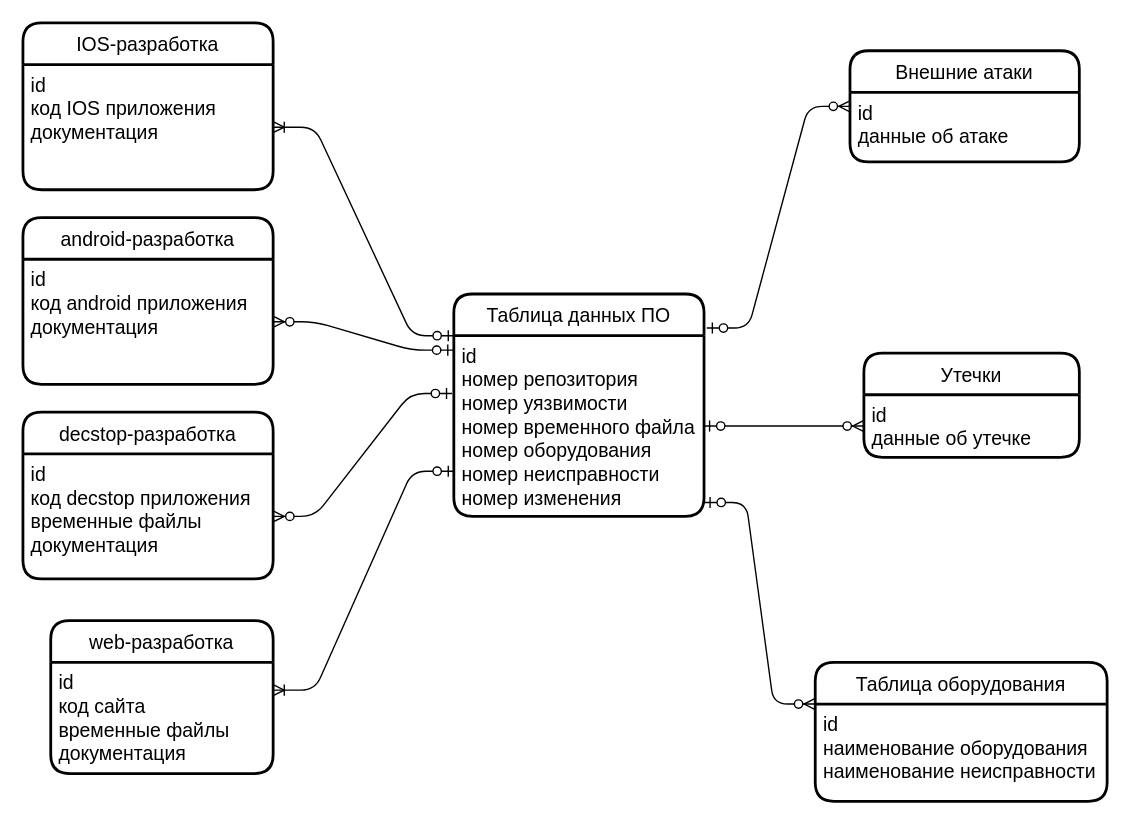
This is Untitled Diagram.drawio from Nikolui333/erd, a draw.io file, before an edit. Source tidied: cells renumbered, new cells numbered last; positions are measured from the earlier drawing's top-left corner, leaving out a move shared by most shapes. Both pictures are drawn from the tidied source at 139%, with x=0, y=0 at pixel (22, 22).
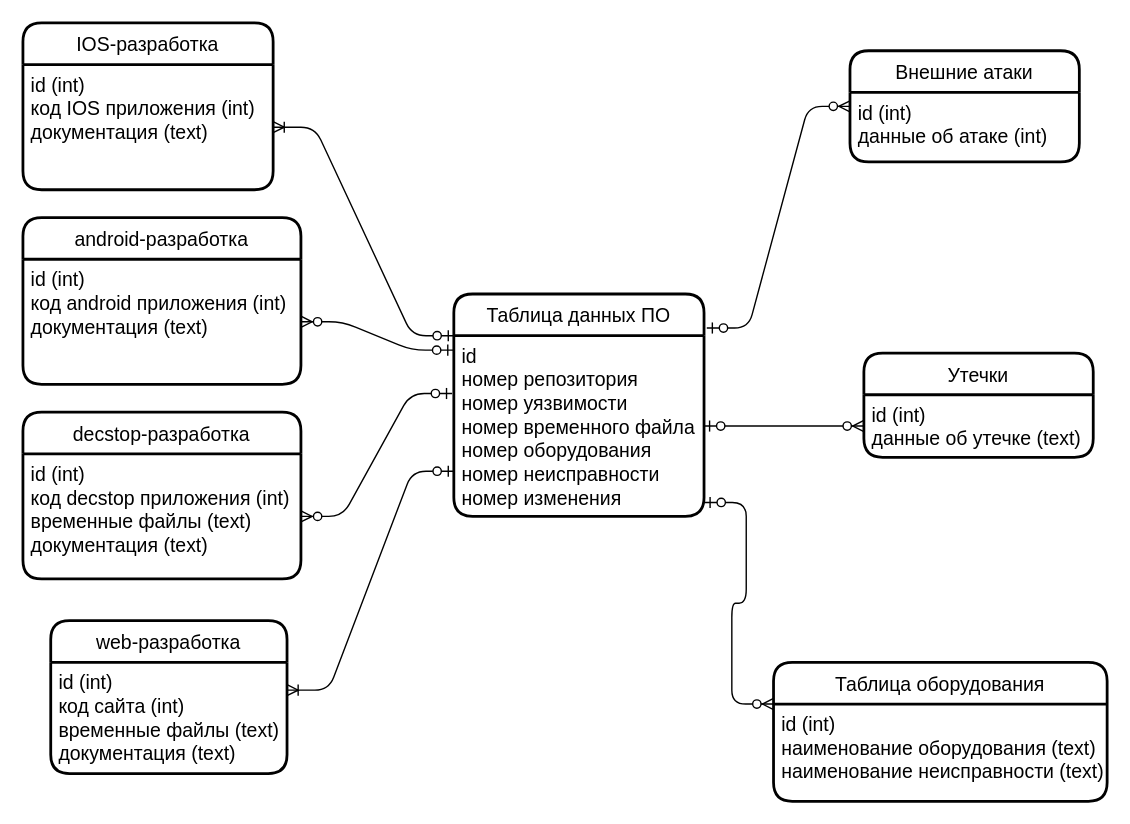
After the change.

Unchanged cells that the change refers to:
```xml
<mxCell id="4" value="Внешние атаки" style="swimlane;horizontal=1;startSize=30;rounded=1;fontSize=14;fontStyle=0;strokeWidth=2;shadow=0;dashed=0;align=center;" parent="1" vertex="1">
  <mxGeometry x="595" y="20" width="165" height="80" as="geometry" />
</mxCell>
<mxCell id="20" value="IOS-разработка" style="swimlane;horizontal=1;startSize=30;rounded=1;fontSize=14;fontStyle=0;strokeWidth=2;shadow=0;dashed=0;align=center;arcSize=15;" parent="1" vertex="1">
  <mxGeometry width="180" height="120" as="geometry" />
</mxCell>
```

Diff of the diagram source:
```diff
@@
-    <mxCell id="5" value="id&#10;данные об атаке&#10;" style="align=left;strokeColor=none;fillColor=none;spacingLeft=4;fontSize=14;verticalAlign=top;" parent="4" vertex="1">
+    <mxCell id="5" value="id (int)&#10;данные об атаке (int)&#10;" style="align=left;strokeColor=none;fillColor=none;spacingLeft=4;fontSize=14;verticalAlign=top;" parent="4" vertex="1">
       <mxGeometry y="30" width="165" height="50" as="geometry" />
     </mxCell>
     <mxCell id="6" value="Утечки" style="swimlane;horizontal=1;startSize=30;rounded=1;fontSize=14;fontStyle=0;strokeWidth=2;shadow=0;dashed=0;align=center;" parent="1" vertex="1">
-      <mxGeometry x="605" y="237.5" width="155" height="75" as="geometry" />
+      <mxGeometry x="605" y="237.5" width="165" height="75" as="geometry" />
     </mxCell>
-    <mxCell id="7" value="id&#10;данные об утечке" style="align=left;strokeColor=none;fillColor=none;spacingLeft=4;fontSize=14;verticalAlign=top;" parent="6" vertex="1">
-      <mxGeometry y="30" width="155" height="45" as="geometry" />
+    <mxCell id="7" value="id (int)&#10;данные об утечке (text)" style="align=left;strokeColor=none;fillColor=none;spacingLeft=4;fontSize=14;verticalAlign=top;" parent="6" vertex="1">
+      <mxGeometry y="30" width="165" height="45" as="geometry" />
     </mxCell>
     <mxCell id="8" value="web-разработка" style="swimlane;horizontal=1;startSize=30;rounded=1;fontSize=14;fontStyle=0;strokeWidth=2;shadow=0;dashed=0;align=center;" parent="1" vertex="1">
-      <mxGeometry x="20" y="430" width="160" height="110" as="geometry" />
+      <mxGeometry x="20" y="430" width="170" height="110" as="geometry" />
     </mxCell>
-    <mxCell id="9" value="id&#10;код сайта&#10;временные файлы&#10;документация" style="align=left;strokeColor=none;fillColor=none;spacingLeft=4;fontSize=14;verticalAlign=top;" parent="8" vertex="1">
-      <mxGeometry y="30" width="160" height="80" as="geometry" />
+    <mxCell id="9" value="id (int)&#10;код сайта (int)&#10;временные файлы (text)&#10;документация (text)" style="align=left;strokeColor=none;fillColor=none;spacingLeft=4;fontSize=14;verticalAlign=top;fontStyle=0;" parent="8" vertex="1">
+      <mxGeometry y="30" width="170" height="80" as="geometry" />
     </mxCell>
     <mxCell id="10" value="Таблица оборудования" style="swimlane;horizontal=1;startSize=30;rounded=1;fontSize=14;fontStyle=0;strokeWidth=2;shadow=0;dashed=0;align=center;" parent="1" vertex="1">
-      <mxGeometry x="570" y="460" width="210" height="100" as="geometry" />
+      <mxGeometry x="540" y="460" width="240" height="100" as="geometry" />
     </mxCell>
-    <mxCell id="11" value="id&#10;наименование оборудования&#10;наименование неисправности" style="align=left;strokeColor=none;fillColor=none;spacingLeft=4;fontSize=14;verticalAlign=top;" parent="10" vertex="1">
-      <mxGeometry y="30" width="210" height="70" as="geometry" />
+    <mxCell id="11" value="id (int)&#10;наименование оборудования (text)&#10;наименование неисправности (text)" style="align=left;strokeColor=none;fillColor=none;spacingLeft=4;fontSize=14;verticalAlign=top;" parent="10" vertex="1">
+      <mxGeometry y="30" width="240" height="70" as="geometry" />
     </mxCell>
@@
     <mxCell id="15" value="decstop-разработка" style="swimlane;horizontal=1;startSize=30;rounded=1;fontSize=14;fontStyle=0;strokeWidth=2;shadow=0;dashed=0;align=center;" parent="1" vertex="1">
-      <mxGeometry y="280" width="180" height="120" as="geometry" />
+      <mxGeometry y="280" width="200" height="120" as="geometry" />
     </mxCell>
-    <mxCell id="16" value="id&#10;код decstop приложения&#10;временные файлы&#10;документация" style="align=left;strokeColor=none;fillColor=none;spacingLeft=4;fontSize=14;verticalAlign=top;" parent="15" vertex="1">
-      <mxGeometry y="30" width="180" height="90" as="geometry" />
+    <mxCell id="16" value="id (int)&#10;код decstop приложения (int)&#10;временные файлы (text)&#10;документация (text)" style="align=left;strokeColor=none;fillColor=none;spacingLeft=4;fontSize=14;verticalAlign=top;fontStyle=0;" parent="15" vertex="1">
+      <mxGeometry y="30" width="200" height="90" as="geometry" />
     </mxCell>
@@
     <mxCell id="18" value="android-разработка" style="swimlane;horizontal=1;startSize=30;rounded=1;fontSize=14;fontStyle=0;strokeWidth=2;shadow=0;dashed=0;align=center;arcSize=15;" parent="1" vertex="1">
-      <mxGeometry y="140" width="180" height="120" as="geometry" />
+      <mxGeometry y="140" width="200" height="120" as="geometry" />
     </mxCell>
-    <mxCell id="19" value="id&#10;код android приложения&#10;документация" style="align=left;strokeColor=none;fillColor=none;spacingLeft=4;fontSize=14;verticalAlign=top;" parent="18" vertex="1">
-      <mxGeometry y="30" width="180" height="90" as="geometry" />
+    <mxCell id="19" value="id (int)&#10;код android приложения (int)&#10;документация (text)" style="align=left;strokeColor=none;fillColor=none;spacingLeft=4;fontSize=14;verticalAlign=top;fontStyle=0;" parent="18" vertex="1">
+      <mxGeometry y="30" width="200" height="90" as="geometry" />
     </mxCell>
@@
-    <mxCell id="21" value="id&#10;код IOS приложения&#10;документация" style="align=left;strokeColor=none;fillColor=none;spacingLeft=4;fontSize=14;verticalAlign=top;" parent="20" vertex="1">
+    <mxCell id="21" value="id (int)&#10;код IOS приложения (int)&#10;документация (text)" style="align=left;strokeColor=none;fillColor=none;spacingLeft=4;fontSize=14;verticalAlign=top;fontStyle=0;" parent="20" vertex="1">
       <mxGeometry y="30" width="180" height="90" as="geometry" />
     </mxCell>
```
